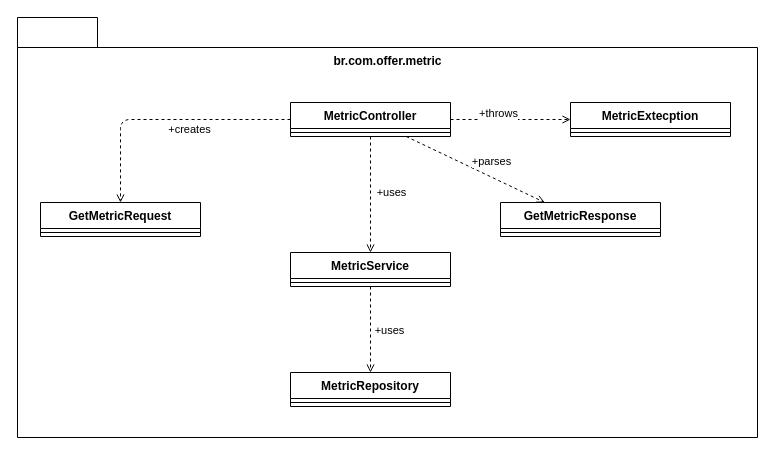
Above: diagrama-codigo-fonte.drawio in nelsonjunior/offer-documentacao (draw.io), before the change. Source tidied: cells renumbered, new cells numbered last; positions are measured from the earlier drawing's top-left corner, leaving out a move shared by most shapes. Both pictures are drawn from the tidied source at 100%, with x=0, y=0 at pixel (17, 17).
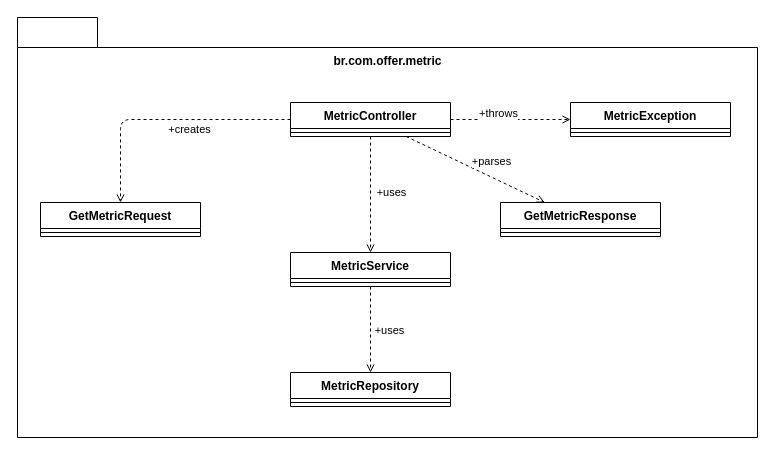
After the change.

Commit message:
ajuste diagrama

The edit, as a diff of the source:
```diff
@@
-    <mxCell id="17" value="MetricExtecption" style="swimlane;fontStyle=1;align=center;verticalAlign=top;horizontal=1;startSize=26;fontColor=#000000;" parent="1" vertex="1">
+    <mxCell id="17" value="MetricException" style="swimlane;fontStyle=1;align=center;verticalAlign=top;horizontal=1;startSize=26;fontColor=#000000;" parent="1" vertex="1">
       <mxGeometry x="553" y="85" width="160" height="34" as="geometry" />
     </mxCell>
```
